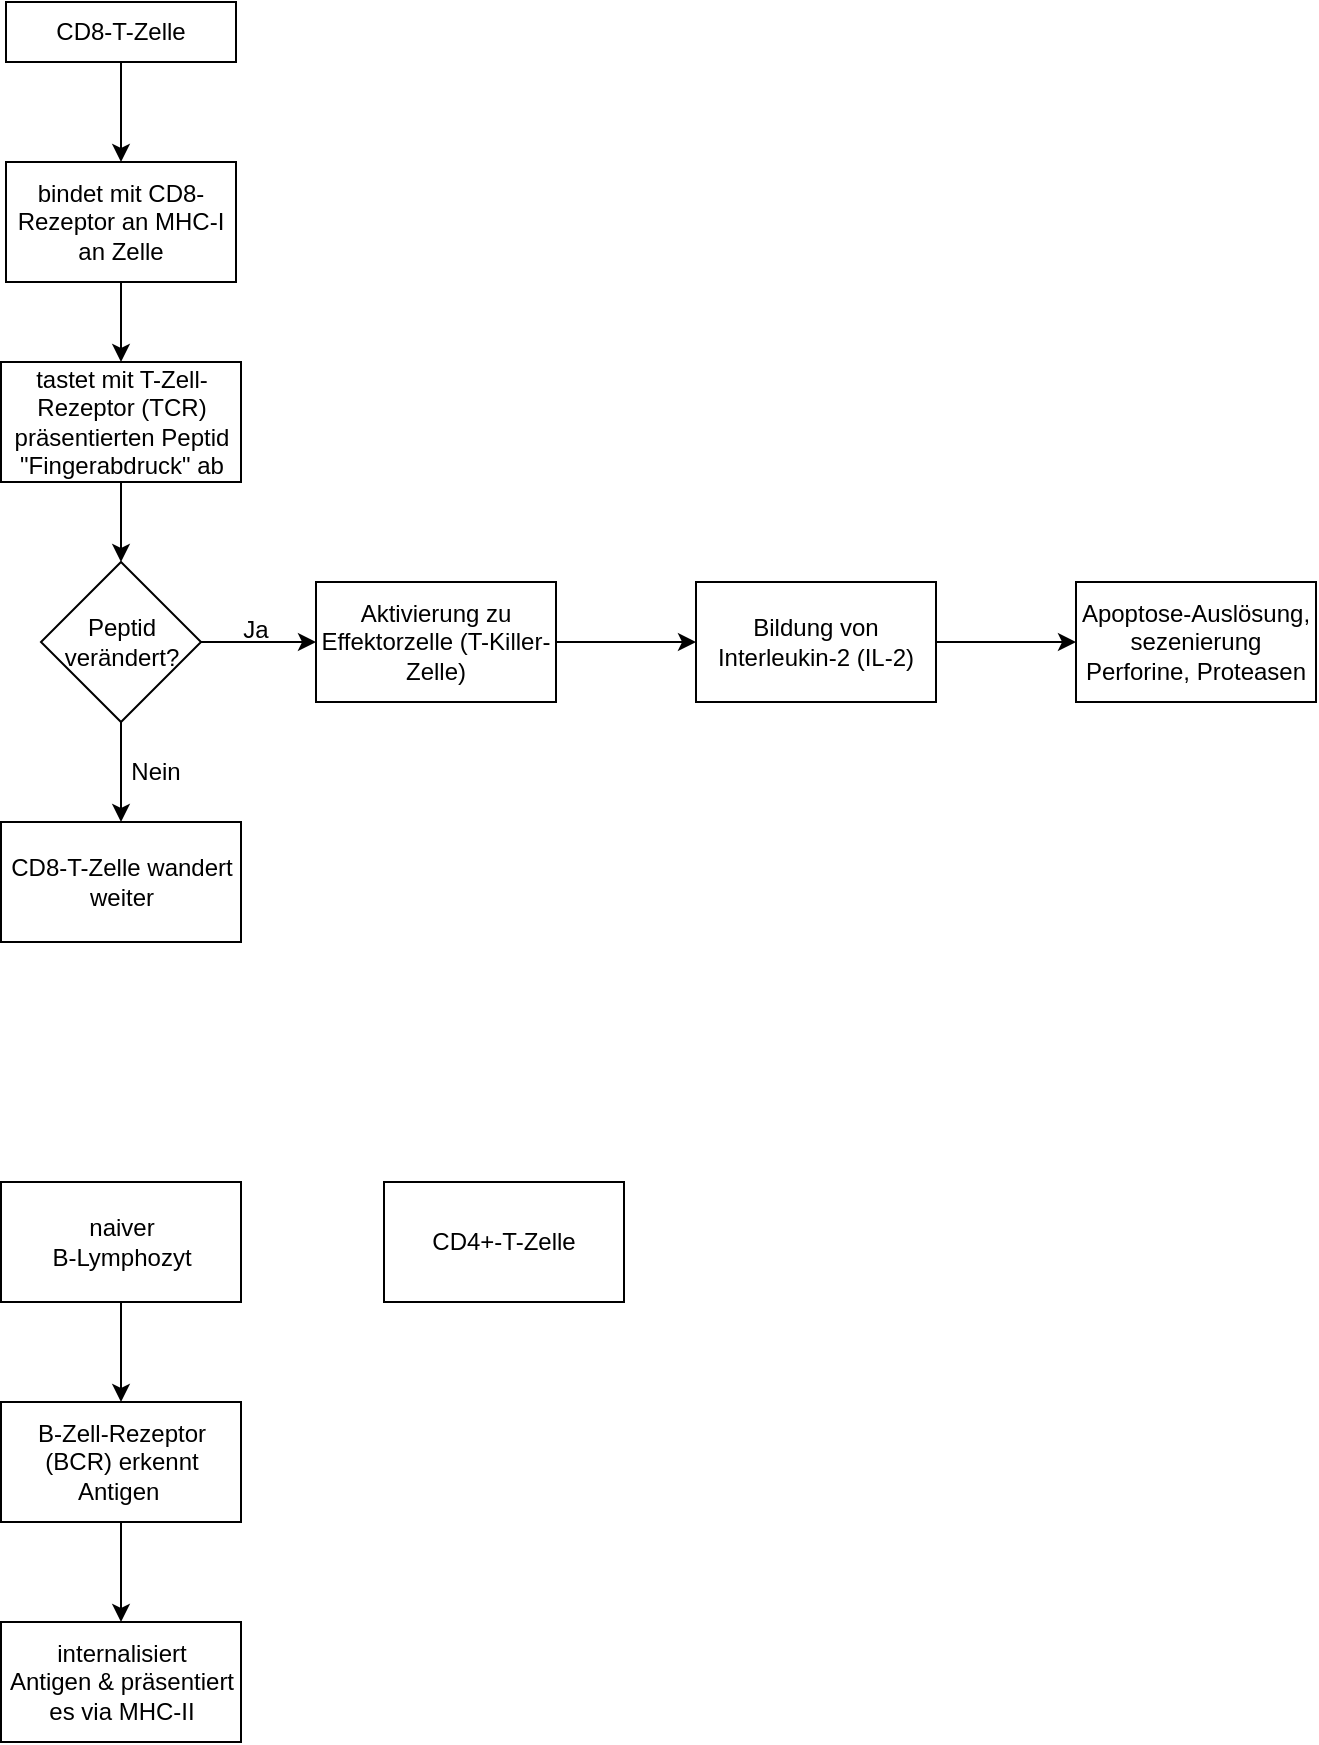
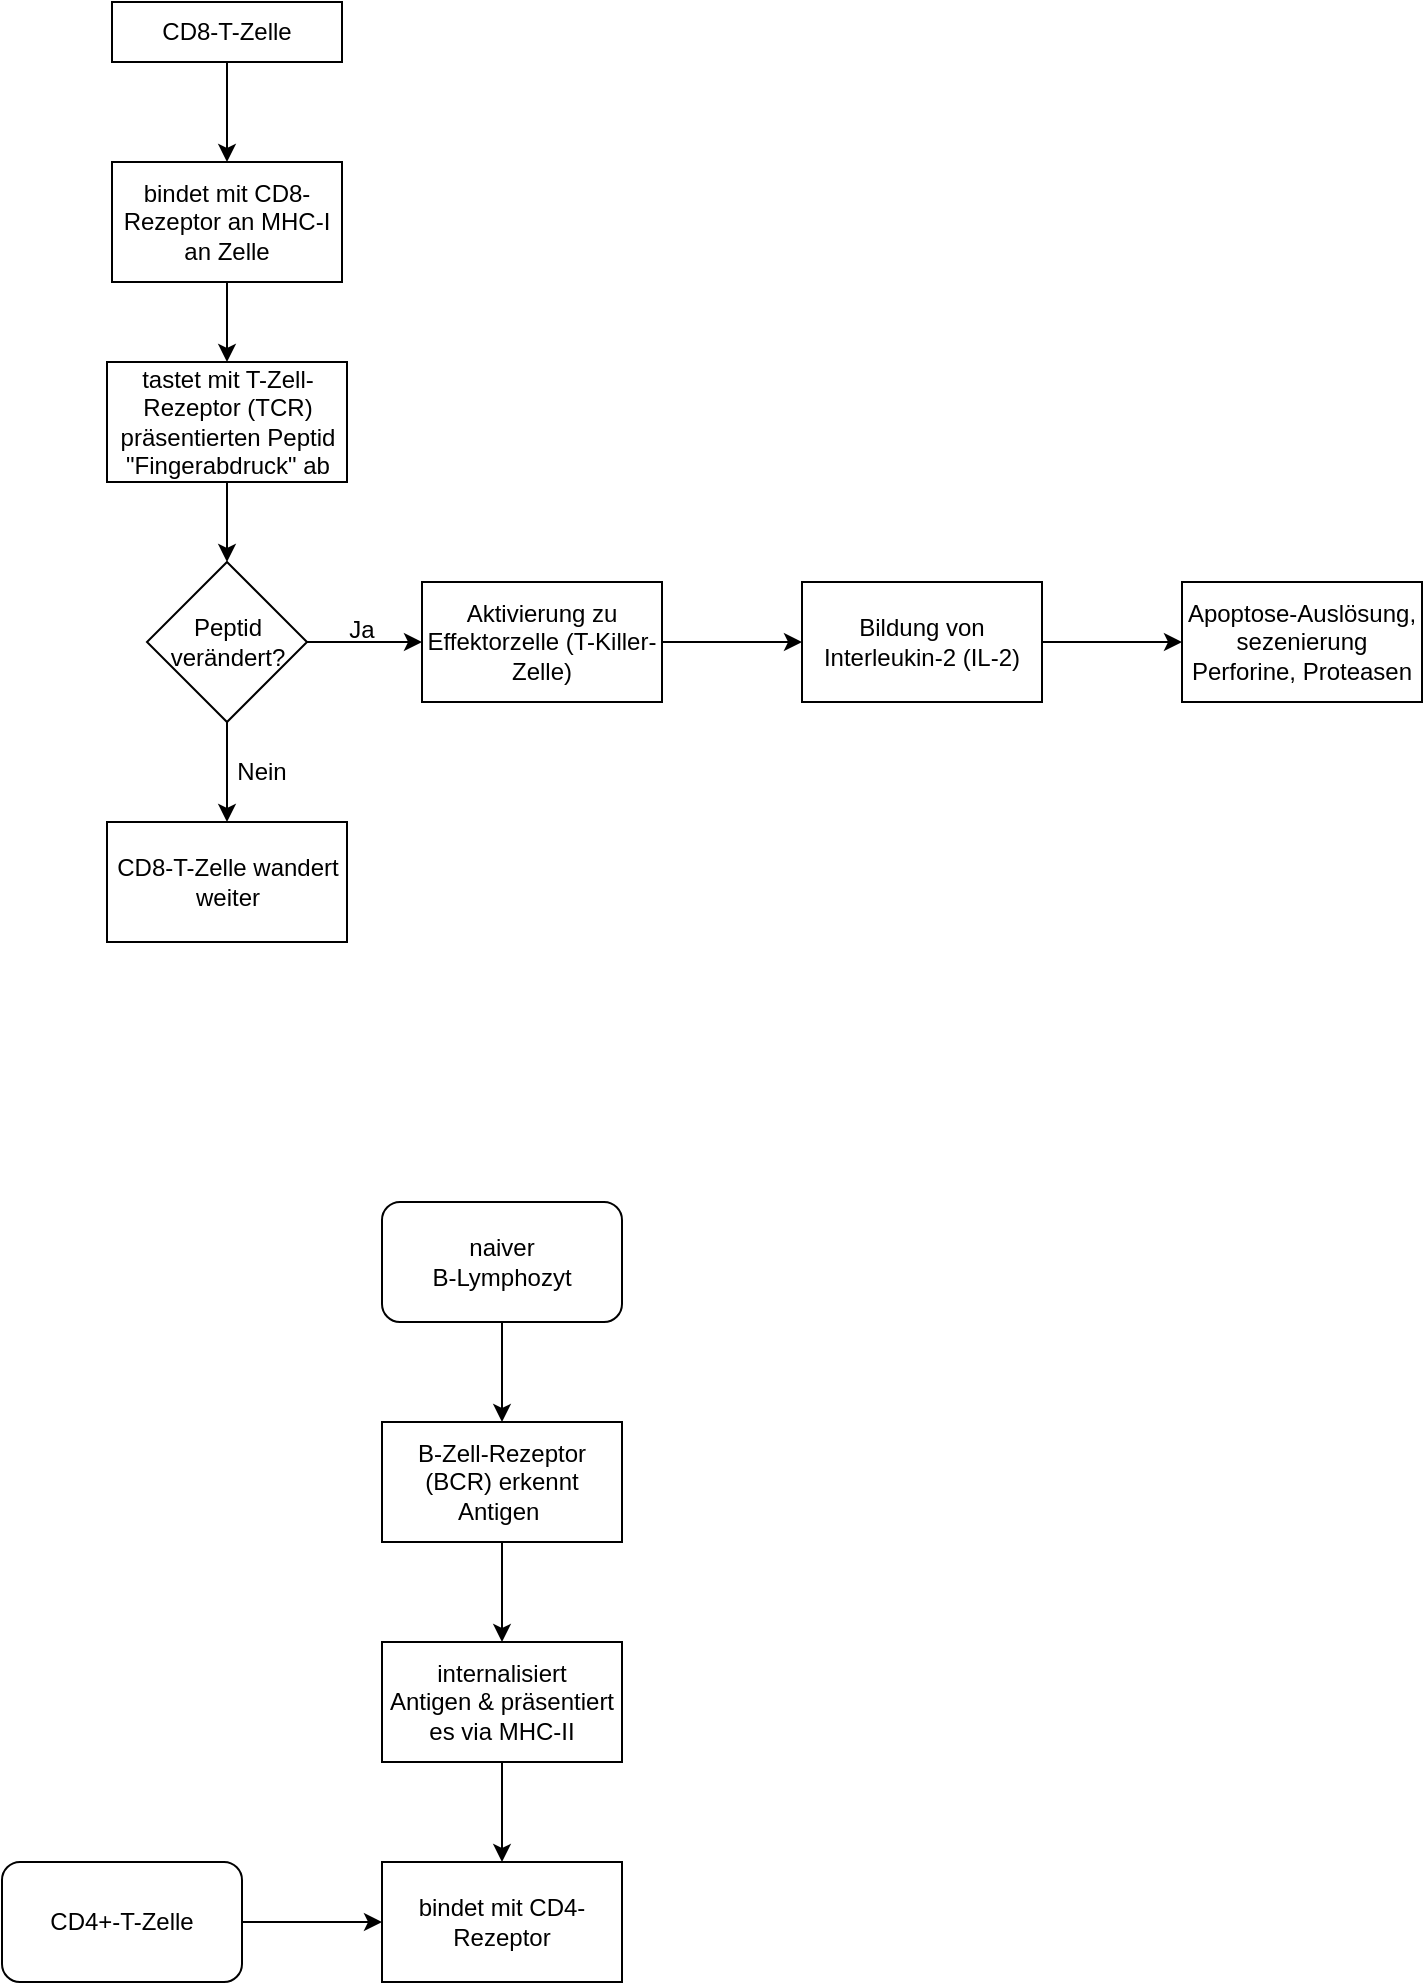
<mxfile host="app.diagrams.net">
  <diagram name="Seite-1" id="tPpIn_nMIDNUY5QPJjmJ">
    <mxGraphModel dx="964" dy="517" grid="1" gridSize="10" guides="1" tooltips="1" connect="1" arrows="1" fold="1" page="1" pageScale="1" pageWidth="827" pageHeight="1169" math="0" shadow="0">
      <root>
        <mxCell id="0" />
        <mxCell id="1" parent="0" />
        <mxCell id="V014MJMyBQgIdyG5yzwW-3" edge="1" parent="1" source="V014MJMyBQgIdyG5yzwW-1" style="edgeStyle=orthogonalEdgeStyle;rounded=0;orthogonalLoop=1;jettySize=auto;html=1;exitX=0.5;exitY=1;exitDx=0;exitDy=0;entryX=0.5;entryY=0;entryDx=0;entryDy=0;" target="V014MJMyBQgIdyG5yzwW-2">
          <mxGeometry relative="1" as="geometry" />
        </mxCell>
        <mxCell id="V014MJMyBQgIdyG5yzwW-1" parent="1" style="rounded=0;whiteSpace=wrap;html=1;" value="CD8-T-Zelle" vertex="1">
          <mxGeometry height="30" width="115" x="105" y="60" as="geometry" />
        </mxCell>
        <mxCell id="V014MJMyBQgIdyG5yzwW-5" edge="1" parent="1" source="V014MJMyBQgIdyG5yzwW-2" style="edgeStyle=orthogonalEdgeStyle;rounded=0;orthogonalLoop=1;jettySize=auto;html=1;exitX=0.5;exitY=1;exitDx=0;exitDy=0;entryX=0.5;entryY=0;entryDx=0;entryDy=0;" target="V014MJMyBQgIdyG5yzwW-4">
          <mxGeometry relative="1" as="geometry" />
        </mxCell>
        <mxCell id="V014MJMyBQgIdyG5yzwW-2" parent="1" style="rounded=0;whiteSpace=wrap;html=1;" value="bindet mit CD8-Rezeptor an MHC-I an Zelle" vertex="1">
          <mxGeometry height="60" width="115" x="105" y="140" as="geometry" />
        </mxCell>
        <mxCell id="V014MJMyBQgIdyG5yzwW-9" edge="1" parent="1" source="V014MJMyBQgIdyG5yzwW-4" style="edgeStyle=orthogonalEdgeStyle;rounded=0;orthogonalLoop=1;jettySize=auto;html=1;exitX=0.5;exitY=1;exitDx=0;exitDy=0;" target="V014MJMyBQgIdyG5yzwW-6">
          <mxGeometry relative="1" as="geometry" />
        </mxCell>
        <mxCell id="V014MJMyBQgIdyG5yzwW-4" parent="1" style="rounded=0;whiteSpace=wrap;html=1;" value="tastet mit T-Zell-Rezeptor (TCR) präsentierten Peptid &quot;Fingerabdruck&quot; ab" vertex="1">
          <mxGeometry height="60" width="120" x="102.5" y="240" as="geometry" />
        </mxCell>
        <mxCell id="V014MJMyBQgIdyG5yzwW-10" edge="1" parent="1" source="V014MJMyBQgIdyG5yzwW-6" style="edgeStyle=orthogonalEdgeStyle;rounded=0;orthogonalLoop=1;jettySize=auto;html=1;exitX=0.5;exitY=1;exitDx=0;exitDy=0;" target="V014MJMyBQgIdyG5yzwW-8">
          <mxGeometry relative="1" as="geometry" />
        </mxCell>
        <mxCell id="V014MJMyBQgIdyG5yzwW-13" edge="1" parent="1" source="V014MJMyBQgIdyG5yzwW-6" style="edgeStyle=orthogonalEdgeStyle;rounded=0;orthogonalLoop=1;jettySize=auto;html=1;exitX=1;exitY=0.5;exitDx=0;exitDy=0;entryX=0;entryY=0.5;entryDx=0;entryDy=0;" target="V014MJMyBQgIdyG5yzwW-12">
          <mxGeometry relative="1" as="geometry" />
        </mxCell>
        <mxCell id="V014MJMyBQgIdyG5yzwW-6" parent="1" style="rhombus;whiteSpace=wrap;html=1;" value="Peptid verändert?" vertex="1">
          <mxGeometry height="80" width="80" x="122.5" y="340" as="geometry" />
        </mxCell>
        <mxCell id="V014MJMyBQgIdyG5yzwW-8" parent="1" style="rounded=0;whiteSpace=wrap;html=1;" value="CD8-T-Zelle wandert weiter" vertex="1">
          <mxGeometry height="60" width="120" x="102.5" y="470" as="geometry" />
        </mxCell>
        <mxCell id="V014MJMyBQgIdyG5yzwW-11" parent="1" style="text;html=1;whiteSpace=wrap;strokeColor=none;fillColor=none;align=center;verticalAlign=middle;rounded=0;" value="&lt;div&gt;Nein&lt;/div&gt;" vertex="1">
          <mxGeometry height="30" width="60" x="150" y="430" as="geometry" />
        </mxCell>
        <mxCell id="V014MJMyBQgIdyG5yzwW-16" edge="1" parent="1" source="V014MJMyBQgIdyG5yzwW-12" style="edgeStyle=orthogonalEdgeStyle;rounded=0;orthogonalLoop=1;jettySize=auto;html=1;exitX=1;exitY=0.5;exitDx=0;exitDy=0;entryX=0;entryY=0.5;entryDx=0;entryDy=0;" target="V014MJMyBQgIdyG5yzwW-15">
          <mxGeometry relative="1" as="geometry" />
        </mxCell>
        <mxCell id="V014MJMyBQgIdyG5yzwW-12" parent="1" style="rounded=0;whiteSpace=wrap;html=1;" value="Aktivierung zu Effektorzelle (T-Killer-Zelle)" vertex="1">
          <mxGeometry height="60" width="120" x="260" y="350" as="geometry" />
        </mxCell>
        <mxCell id="V014MJMyBQgIdyG5yzwW-14" parent="1" style="text;html=1;whiteSpace=wrap;strokeColor=none;fillColor=none;align=center;verticalAlign=middle;rounded=0;" value="Ja" vertex="1">
          <mxGeometry height="30" width="60" x="200" y="359" as="geometry" />
        </mxCell>
        <mxCell id="V014MJMyBQgIdyG5yzwW-18" edge="1" parent="1" source="V014MJMyBQgIdyG5yzwW-15" style="edgeStyle=orthogonalEdgeStyle;rounded=0;orthogonalLoop=1;jettySize=auto;html=1;exitX=1;exitY=0.5;exitDx=0;exitDy=0;entryX=0;entryY=0.5;entryDx=0;entryDy=0;" target="V014MJMyBQgIdyG5yzwW-17">
          <mxGeometry relative="1" as="geometry" />
        </mxCell>
        <mxCell id="V014MJMyBQgIdyG5yzwW-15" parent="1" style="rounded=0;whiteSpace=wrap;html=1;" value="Bildung von Interleukin-2 (IL-2)" vertex="1">
          <mxGeometry height="60" width="120" x="450" y="350" as="geometry" />
        </mxCell>
        <mxCell id="V014MJMyBQgIdyG5yzwW-17" parent="1" style="rounded=0;whiteSpace=wrap;html=1;" value="Apoptose-Auslösung, sezenierung&lt;br&gt;Perforine, Proteasen" vertex="1">
          <mxGeometry height="60" width="120" x="640" y="350" as="geometry" />
        </mxCell>
-         <mxCell id="jiHHfOkpwsY7Qrn74EU--5" edge="1" parent="1" source="jiHHfOkpwsY7Qrn74EU--3" style="edgeStyle=orthogonalEdgeStyle;rounded=0;orthogonalLoop=1;jettySize=auto;html=1;exitX=0.5;exitY=1;exitDx=0;exitDy=0;entryX=0.5;entryY=0;entryDx=0;entryDy=0;" target="jiHHfOkpwsY7Qrn74EU--4">
-           <mxGeometry relative="1" as="geometry" />
-         </mxCell>
-         <mxCell id="jiHHfOkpwsY7Qrn74EU--3" parent="1" style="whiteSpace=wrap;html=1;" value="naiver&lt;br&gt;B-Lymphozyt" vertex="1">
-           <mxGeometry height="60" width="120" x="102.5" y="650" as="geometry" />
+         <mxCell id="jiHHfOkpwsY7Qrn74EU--5" edge="1" parent="1" source="jiHHfOkpwsY7Qrn74EU--11" style="edgeStyle=orthogonalEdgeStyle;rounded=0;orthogonalLoop=1;jettySize=auto;html=1;exitX=0.5;exitY=1;exitDx=0;exitDy=0;entryX=0.5;entryY=0;entryDx=0;entryDy=0;" target="jiHHfOkpwsY7Qrn74EU--4">
+           <mxGeometry relative="1" as="geometry">
+             <mxPoint x="300" y="720" as="sourcePoint" />
+           </mxGeometry>
        </mxCell>
        <mxCell id="jiHHfOkpwsY7Qrn74EU--7" edge="1" parent="1" source="jiHHfOkpwsY7Qrn74EU--4" style="edgeStyle=orthogonalEdgeStyle;rounded=0;orthogonalLoop=1;jettySize=auto;html=1;exitX=0.5;exitY=1;exitDx=0;exitDy=0;" target="jiHHfOkpwsY7Qrn74EU--6">
          <mxGeometry relative="1" as="geometry" />
        </mxCell>
        <mxCell id="jiHHfOkpwsY7Qrn74EU--4" parent="1" style="whiteSpace=wrap;html=1;" value="B-Zell-Rezeptor (BCR)&amp;nbsp;erkennt Antigen&amp;nbsp;" vertex="1">
-           <mxGeometry height="60" width="120" x="102.5" y="760" as="geometry" />
+           <mxGeometry height="60" width="120" x="240" y="770" as="geometry" />
+         </mxCell>
+         <mxCell id="jiHHfOkpwsY7Qrn74EU--16" edge="1" parent="1" source="jiHHfOkpwsY7Qrn74EU--6" style="edgeStyle=orthogonalEdgeStyle;rounded=0;orthogonalLoop=1;jettySize=auto;html=1;exitX=0.5;exitY=1;exitDx=0;exitDy=0;entryX=0.5;entryY=0;entryDx=0;entryDy=0;" target="jiHHfOkpwsY7Qrn74EU--14">
+           <mxGeometry relative="1" as="geometry" />
        </mxCell>
        <mxCell id="jiHHfOkpwsY7Qrn74EU--6" parent="1" style="whiteSpace=wrap;html=1;" value="internalisiert&lt;br&gt;Antigen &amp;amp; präsentiert es via MHC-II" vertex="1">
-           <mxGeometry height="60" width="120" x="102.5" y="870" as="geometry" />
+           <mxGeometry height="60" width="120" x="240" y="880" as="geometry" />
        </mxCell>
-         <mxCell id="jiHHfOkpwsY7Qrn74EU--8" parent="1" style="whiteSpace=wrap;html=1;" value="CD4+-T-Zelle" vertex="1">
-           <mxGeometry height="60" width="120" x="294" y="650" as="geometry" />
+         <mxCell id="jiHHfOkpwsY7Qrn74EU--11" parent="1" style="rounded=1;whiteSpace=wrap;html=1;" value="naiver&lt;br&gt;B-Lymphozyt" vertex="1">
+           <mxGeometry height="60" width="120" x="240" y="660" as="geometry" />
+         </mxCell>
+         <mxCell id="jiHHfOkpwsY7Qrn74EU--15" edge="1" parent="1" source="jiHHfOkpwsY7Qrn74EU--13" style="edgeStyle=orthogonalEdgeStyle;rounded=0;orthogonalLoop=1;jettySize=auto;html=1;entryX=0;entryY=0.5;entryDx=0;entryDy=0;" target="jiHHfOkpwsY7Qrn74EU--14">
+           <mxGeometry relative="1" as="geometry" />
+         </mxCell>
+         <mxCell id="jiHHfOkpwsY7Qrn74EU--13" parent="1" style="rounded=1;whiteSpace=wrap;html=1;" value="CD4+-T-Zelle" vertex="1">
+           <mxGeometry height="60" width="120" x="50" y="990" as="geometry" />
+         </mxCell>
+         <mxCell id="jiHHfOkpwsY7Qrn74EU--14" parent="1" style="whiteSpace=wrap;html=1;" value="&lt;div&gt;bindet mit CD4-Rezeptor&lt;/div&gt;" vertex="1">
+           <mxGeometry height="60" width="120" x="240" y="990" as="geometry" />
        </mxCell>
      </root>
    </mxGraphModel>
  </diagram>
</mxfile>
